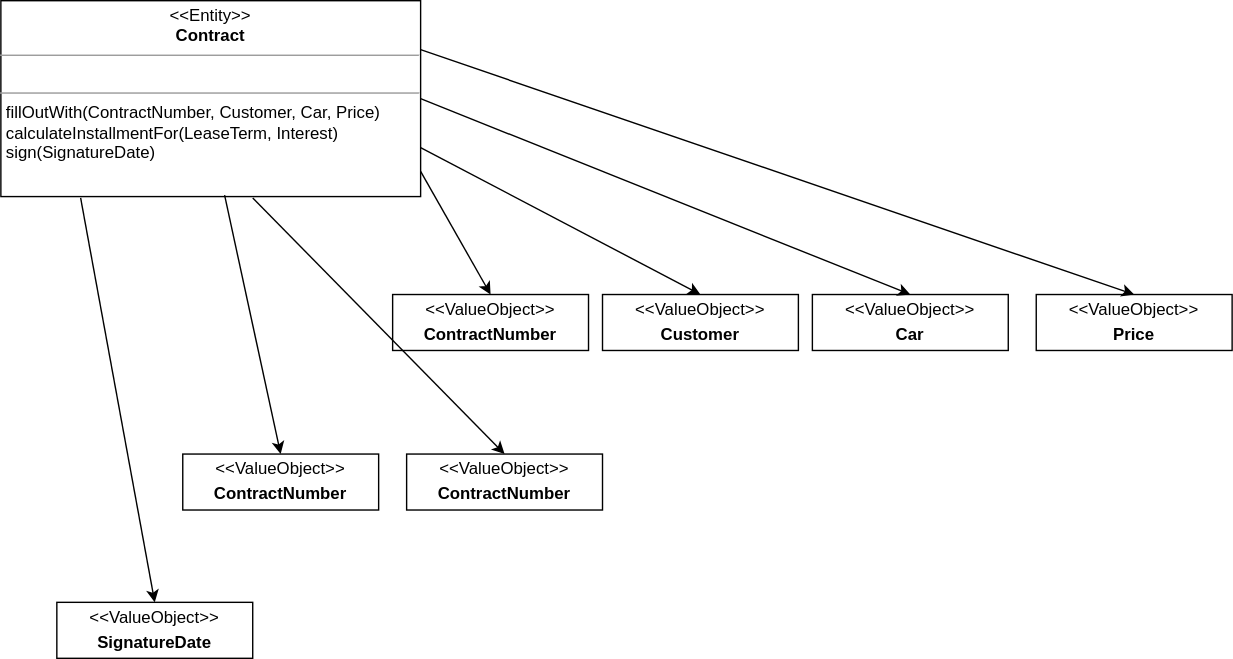
Before: docs/resources/sales-class-diagram.drawio.svg, a diagram exported from draw.io (leasingninja/leasingninja.io). Source tidied: cells renumbered, new cells last; positions are measured from the earlier drawing's top-left corner, leaving out a move shared by most shapes. The source it was exported from:
```xml
<mxGraphModel>
  <root>
    <mxCell id="0" />
    <mxCell id="1" parent="0" />
    <mxCell id="2" value="&lt;p style=&quot;margin: 0px ; margin-top: 4px ; text-align: center&quot;&gt;&amp;lt;&amp;lt;ValueObject&amp;gt;&amp;gt;&lt;/p&gt;&lt;p style=&quot;margin: 0px ; margin-top: 4px ; text-align: center&quot;&gt;&lt;b&gt;ContractNumber&lt;/b&gt;&lt;/p&gt;" style="verticalAlign=top;align=left;overflow=fill;fontSize=12;fontFamily=Helvetica;html=1;" parent="1" vertex="1">
      <mxGeometry x="280" y="210" width="140" height="40" as="geometry" />
    </mxCell>
    <mxCell id="3" style="endArrow=classic;html=1;entryX=0.5;entryY=0;entryDx=0;entryDy=0;exitX=1;exitY=0.871;exitDx=0;exitDy=0;exitPerimeter=0;" parent="1" edge="1" source="4" target="2">
      <mxGeometry relative="1" as="geometry" />
    </mxCell>
    <mxCell id="4" value="&lt;p style=&quot;margin: 0px ; margin-top: 4px ; text-align: center&quot;&gt;&amp;lt;&amp;lt;Entity&amp;gt;&amp;gt;&lt;br&gt;&lt;b&gt;Contract&lt;/b&gt;&lt;/p&gt;&lt;hr size=&quot;1&quot;&gt;&lt;p style=&quot;margin: 0px ; margin-left: 4px&quot;&gt;&lt;br&gt;&lt;/p&gt;&lt;hr size=&quot;1&quot;&gt;&lt;p style=&quot;margin: 0px ; margin-left: 4px&quot;&gt;fillOutWith(ContractNumber, Customer, Car, Price)&lt;/p&gt;&lt;p style=&quot;margin: 0px ; margin-left: 4px&quot;&gt;calculateInstallmentFor(LeaseTerm, Interest)&lt;/p&gt;&lt;p style=&quot;margin: 0px ; margin-left: 4px&quot;&gt;sign(SignatureDate)&lt;/p&gt;" style="verticalAlign=top;align=left;overflow=fill;fontSize=12;fontFamily=Helvetica;html=1;" parent="1" vertex="1">
      <mxGeometry width="300" height="140" as="geometry" />
    </mxCell>
    <mxCell id="5" value="&lt;p style=&quot;margin: 0px ; margin-top: 4px ; text-align: center&quot;&gt;&amp;lt;&amp;lt;ValueObject&amp;gt;&amp;gt;&lt;/p&gt;&lt;p style=&quot;margin: 0px ; margin-top: 4px ; text-align: center&quot;&gt;&lt;b&gt;Customer&lt;/b&gt;&lt;/p&gt;" style="verticalAlign=top;align=left;overflow=fill;fontSize=12;fontFamily=Helvetica;html=1;" parent="1" vertex="1">
      <mxGeometry x="430" y="210" width="140" height="40" as="geometry" />
    </mxCell>
    <mxCell id="6" value="&lt;p style=&quot;margin: 0px ; margin-top: 4px ; text-align: center&quot;&gt;&amp;lt;&amp;lt;ValueObject&amp;gt;&amp;gt;&lt;/p&gt;&lt;p style=&quot;margin: 0px ; margin-top: 4px ; text-align: center&quot;&gt;&lt;b&gt;Car&lt;/b&gt;&lt;/p&gt;" style="verticalAlign=top;align=left;overflow=fill;fontSize=12;fontFamily=Helvetica;html=1;" parent="1" vertex="1">
      <mxGeometry x="580" y="210" width="140" height="40" as="geometry" />
    </mxCell>
    <mxCell id="7" value="&lt;p style=&quot;margin: 0px ; margin-top: 4px ; text-align: center&quot;&gt;&amp;lt;&amp;lt;ValueObject&amp;gt;&amp;gt;&lt;/p&gt;&lt;p style=&quot;margin: 0px ; margin-top: 4px ; text-align: center&quot;&gt;&lt;b&gt;Price&lt;/b&gt;&lt;/p&gt;" style="verticalAlign=top;align=left;overflow=fill;fontSize=12;fontFamily=Helvetica;html=1;" parent="1" vertex="1">
      <mxGeometry x="740" y="210" width="140" height="40" as="geometry" />
    </mxCell>
    <mxCell id="8" style="endArrow=classic;html=1;entryX=0.5;entryY=0;entryDx=0;entryDy=0;exitX=1;exitY=0.75;exitDx=0;exitDy=0;" parent="1" edge="1" source="4" target="5">
      <mxGeometry relative="1" as="geometry" />
    </mxCell>
    <mxCell id="9" style="endArrow=classic;html=1;entryX=0.5;entryY=0;entryDx=0;entryDy=0;exitX=1;exitY=0.5;exitDx=0;exitDy=0;" parent="1" edge="1" source="4" target="6">
      <mxGeometry relative="1" as="geometry" />
    </mxCell>
    <mxCell id="10" style="endArrow=classic;html=1;entryX=0.5;entryY=0;entryDx=0;entryDy=0;exitX=1;exitY=0.25;exitDx=0;exitDy=0;" parent="1" edge="1" source="4" target="7">
      <mxGeometry relative="1" as="geometry" />
    </mxCell>
    <mxCell id="11" value="&lt;p style=&quot;margin: 0px ; margin-top: 4px ; text-align: center&quot;&gt;&amp;lt;&amp;lt;ValueObject&amp;gt;&amp;gt;&lt;/p&gt;&lt;p style=&quot;margin: 0px ; margin-top: 4px ; text-align: center&quot;&gt;&lt;b&gt;ContractNumber&lt;/b&gt;&lt;/p&gt;" style="verticalAlign=top;align=left;overflow=fill;fontSize=12;fontFamily=Helvetica;html=1;" parent="1" vertex="1">
      <mxGeometry x="130" y="324" width="140" height="40" as="geometry" />
    </mxCell>
    <mxCell id="12" style="endArrow=classic;html=1;entryX=0.5;entryY=0;entryDx=0;entryDy=0;exitX=0.533;exitY=0.993;exitDx=0;exitDy=0;exitPerimeter=0;" parent="1" edge="1" source="4" target="11">
      <mxGeometry relative="1" as="geometry" />
    </mxCell>
    <mxCell id="13" value="&lt;p style=&quot;margin: 0px ; margin-top: 4px ; text-align: center&quot;&gt;&amp;lt;&amp;lt;ValueObject&amp;gt;&amp;gt;&lt;/p&gt;&lt;p style=&quot;margin: 0px ; margin-top: 4px ; text-align: center&quot;&gt;&lt;b&gt;ContractNumber&lt;/b&gt;&lt;/p&gt;" style="verticalAlign=top;align=left;overflow=fill;fontSize=12;fontFamily=Helvetica;html=1;" parent="1" vertex="1">
      <mxGeometry x="290" y="324" width="140" height="40" as="geometry" />
    </mxCell>
    <mxCell id="14" style="endArrow=classic;html=1;entryX=0.5;entryY=0;entryDx=0;entryDy=0;exitX=0.6;exitY=1.007;exitDx=0;exitDy=0;exitPerimeter=0;" parent="1" edge="1" source="4" target="13">
      <mxGeometry relative="1" as="geometry" />
    </mxCell>
    <mxCell id="15" value="&lt;p style=&quot;margin: 0px ; margin-top: 4px ; text-align: center&quot;&gt;&amp;lt;&amp;lt;ValueObject&amp;gt;&amp;gt;&lt;/p&gt;&lt;p style=&quot;margin: 0px ; margin-top: 4px ; text-align: center&quot;&gt;&lt;b&gt;SignatureDate&lt;/b&gt;&lt;/p&gt;" style="verticalAlign=top;align=left;overflow=fill;fontSize=12;fontFamily=Helvetica;html=1;" parent="1" vertex="1">
      <mxGeometry x="40" y="430" width="140" height="40" as="geometry" />
    </mxCell>
    <mxCell id="16" style="endArrow=classic;html=1;entryX=0.5;entryY=0;entryDx=0;entryDy=0;exitX=0.19;exitY=1.007;exitDx=0;exitDy=0;exitPerimeter=0;" parent="1" edge="1" source="4" target="15">
      <mxGeometry relative="1" as="geometry" />
    </mxCell>
  </root>
</mxGraphModel>
```
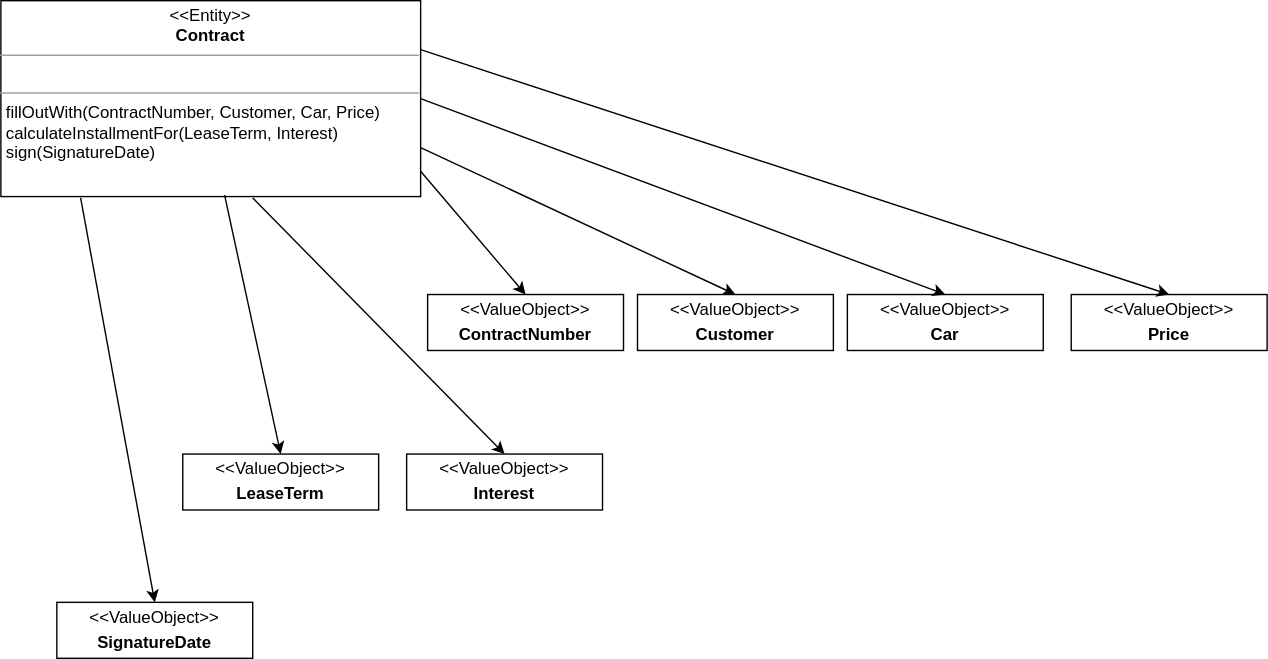
Above is the later version.

The edit, as a diff of the source:
```diff
@@ -3,7 +3,7 @@
     <mxCell id="0" />
     <mxCell id="1" parent="0" />
     <mxCell id="2" value="&lt;p style=&quot;margin: 0px ; margin-top: 4px ; text-align: center&quot;&gt;&amp;lt;&amp;lt;ValueObject&amp;gt;&amp;gt;&lt;/p&gt;&lt;p style=&quot;margin: 0px ; margin-top: 4px ; text-align: center&quot;&gt;&lt;b&gt;ContractNumber&lt;/b&gt;&lt;/p&gt;" style="verticalAlign=top;align=left;overflow=fill;fontSize=12;fontFamily=Helvetica;html=1;" parent="1" vertex="1">
-      <mxGeometry x="280" y="210" width="140" height="40" as="geometry" />
+      <mxGeometry x="305" y="210" width="140" height="40" as="geometry" />
     </mxCell>
     <mxCell id="3" style="endArrow=classic;html=1;entryX=0.5;entryY=0;entryDx=0;entryDy=0;exitX=1;exitY=0.871;exitDx=0;exitDy=0;exitPerimeter=0;" parent="1" edge="1" source="4" target="2">
       <mxGeometry relative="1" as="geometry" />
@@ -12,13 +12,13 @@
       <mxGeometry width="300" height="140" as="geometry" />
     </mxCell>
     <mxCell id="5" value="&lt;p style=&quot;margin: 0px ; margin-top: 4px ; text-align: center&quot;&gt;&amp;lt;&amp;lt;ValueObject&amp;gt;&amp;gt;&lt;/p&gt;&lt;p style=&quot;margin: 0px ; margin-top: 4px ; text-align: center&quot;&gt;&lt;b&gt;Customer&lt;/b&gt;&lt;/p&gt;" style="verticalAlign=top;align=left;overflow=fill;fontSize=12;fontFamily=Helvetica;html=1;" parent="1" vertex="1">
-      <mxGeometry x="430" y="210" width="140" height="40" as="geometry" />
+      <mxGeometry x="455" y="210" width="140" height="40" as="geometry" />
     </mxCell>
     <mxCell id="6" value="&lt;p style=&quot;margin: 0px ; margin-top: 4px ; text-align: center&quot;&gt;&amp;lt;&amp;lt;ValueObject&amp;gt;&amp;gt;&lt;/p&gt;&lt;p style=&quot;margin: 0px ; margin-top: 4px ; text-align: center&quot;&gt;&lt;b&gt;Car&lt;/b&gt;&lt;/p&gt;" style="verticalAlign=top;align=left;overflow=fill;fontSize=12;fontFamily=Helvetica;html=1;" parent="1" vertex="1">
-      <mxGeometry x="580" y="210" width="140" height="40" as="geometry" />
+      <mxGeometry x="605" y="210" width="140" height="40" as="geometry" />
     </mxCell>
     <mxCell id="7" value="&lt;p style=&quot;margin: 0px ; margin-top: 4px ; text-align: center&quot;&gt;&amp;lt;&amp;lt;ValueObject&amp;gt;&amp;gt;&lt;/p&gt;&lt;p style=&quot;margin: 0px ; margin-top: 4px ; text-align: center&quot;&gt;&lt;b&gt;Price&lt;/b&gt;&lt;/p&gt;" style="verticalAlign=top;align=left;overflow=fill;fontSize=12;fontFamily=Helvetica;html=1;" parent="1" vertex="1">
-      <mxGeometry x="740" y="210" width="140" height="40" as="geometry" />
+      <mxGeometry x="765" y="210" width="140" height="40" as="geometry" />
     </mxCell>
     <mxCell id="8" style="endArrow=classic;html=1;entryX=0.5;entryY=0;entryDx=0;entryDy=0;exitX=1;exitY=0.75;exitDx=0;exitDy=0;" parent="1" edge="1" source="4" target="5">
       <mxGeometry relative="1" as="geometry" />
@@ -29,13 +29,13 @@
     <mxCell id="10" style="endArrow=classic;html=1;entryX=0.5;entryY=0;entryDx=0;entryDy=0;exitX=1;exitY=0.25;exitDx=0;exitDy=0;" parent="1" edge="1" source="4" target="7">
       <mxGeometry relative="1" as="geometry" />
     </mxCell>
-    <mxCell id="11" value="&lt;p style=&quot;margin: 0px ; margin-top: 4px ; text-align: center&quot;&gt;&amp;lt;&amp;lt;ValueObject&amp;gt;&amp;gt;&lt;/p&gt;&lt;p style=&quot;margin: 0px ; margin-top: 4px ; text-align: center&quot;&gt;&lt;b&gt;ContractNumber&lt;/b&gt;&lt;/p&gt;" style="verticalAlign=top;align=left;overflow=fill;fontSize=12;fontFamily=Helvetica;html=1;" parent="1" vertex="1">
+    <mxCell id="11" value="&lt;p style=&quot;margin: 0px ; margin-top: 4px ; text-align: center&quot;&gt;&amp;lt;&amp;lt;ValueObject&amp;gt;&amp;gt;&lt;/p&gt;&lt;p style=&quot;margin: 0px ; margin-top: 4px ; text-align: center&quot;&gt;&lt;b&gt;LeaseTerm&lt;/b&gt;&lt;/p&gt;" style="verticalAlign=top;align=left;overflow=fill;fontSize=12;fontFamily=Helvetica;html=1;" parent="1" vertex="1">
       <mxGeometry x="130" y="324" width="140" height="40" as="geometry" />
     </mxCell>
     <mxCell id="12" style="endArrow=classic;html=1;entryX=0.5;entryY=0;entryDx=0;entryDy=0;exitX=0.533;exitY=0.993;exitDx=0;exitDy=0;exitPerimeter=0;" parent="1" edge="1" source="4" target="11">
       <mxGeometry relative="1" as="geometry" />
     </mxCell>
-    <mxCell id="13" value="&lt;p style=&quot;margin: 0px ; margin-top: 4px ; text-align: center&quot;&gt;&amp;lt;&amp;lt;ValueObject&amp;gt;&amp;gt;&lt;/p&gt;&lt;p style=&quot;margin: 0px ; margin-top: 4px ; text-align: center&quot;&gt;&lt;b&gt;ContractNumber&lt;/b&gt;&lt;/p&gt;" style="verticalAlign=top;align=left;overflow=fill;fontSize=12;fontFamily=Helvetica;html=1;" parent="1" vertex="1">
+    <mxCell id="13" value="&lt;p style=&quot;margin: 0px ; margin-top: 4px ; text-align: center&quot;&gt;&amp;lt;&amp;lt;ValueObject&amp;gt;&amp;gt;&lt;/p&gt;&lt;p style=&quot;margin: 0px ; margin-top: 4px ; text-align: center&quot;&gt;&lt;b&gt;Interest&lt;/b&gt;&lt;/p&gt;" style="verticalAlign=top;align=left;overflow=fill;fontSize=12;fontFamily=Helvetica;html=1;" parent="1" vertex="1">
       <mxGeometry x="290" y="324" width="140" height="40" as="geometry" />
     </mxCell>
     <mxCell id="14" style="endArrow=classic;html=1;entryX=0.5;entryY=0;entryDx=0;entryDy=0;exitX=0.6;exitY=1.007;exitDx=0;exitDy=0;exitPerimeter=0;" parent="1" edge="1" source="4" target="13">
```
